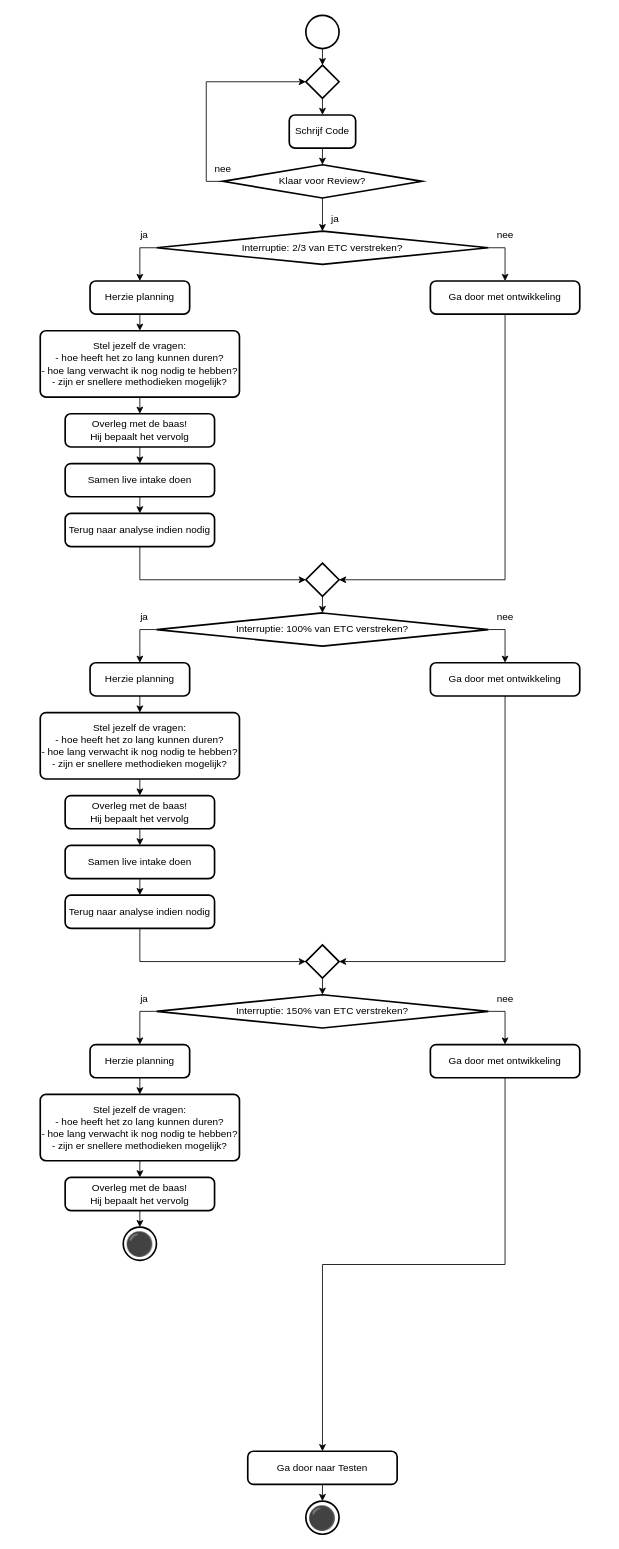
Zaibatsu89/IssueTracker keeps this draw.io diagram as 4 Issue Tracker implementatie.drawio. Above is the earlier version. Source tidied: cells renumbered, new cells numbered last; positions are measured from the earlier drawing's top-left corner, leaving out a move shared by most shapes. Both pictures are drawn from the tidied source at 83%, with x=0, y=0 at pixel (40, 15).
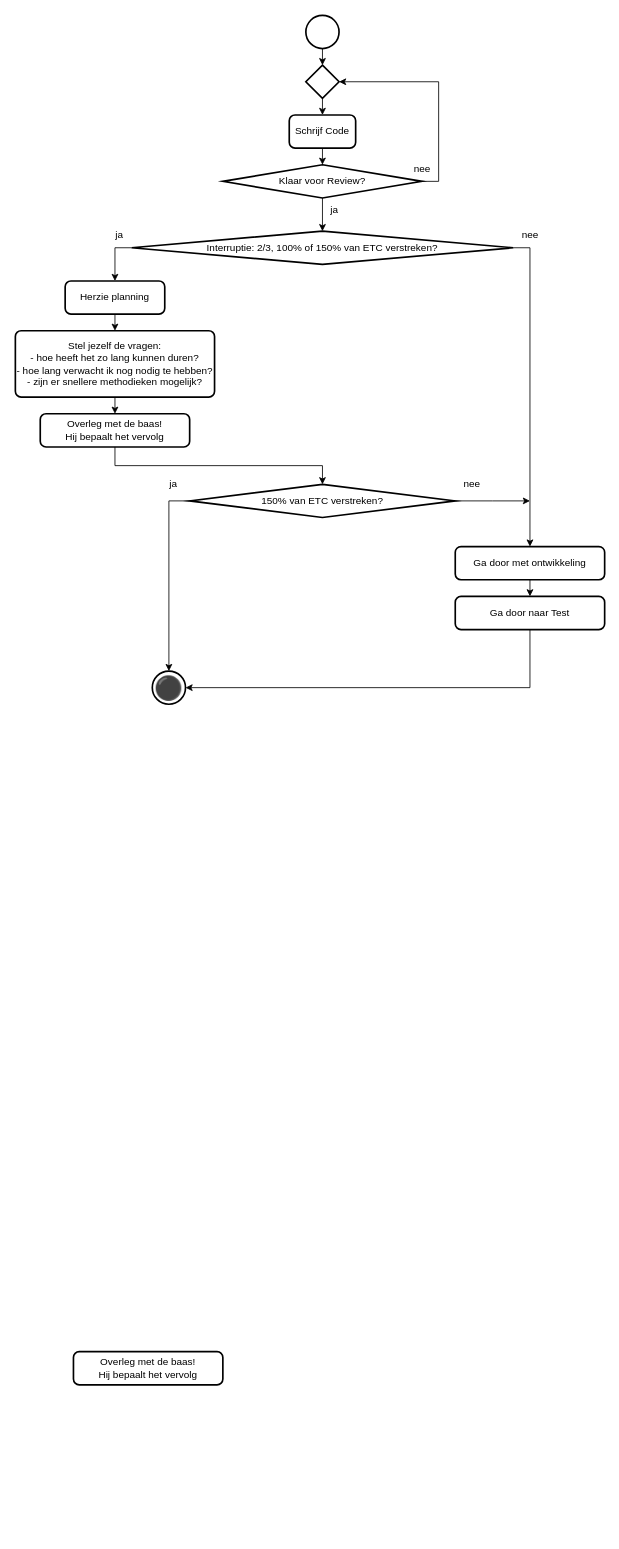
Above is the later version.

The change refers to these unchanged cells:
```xml
<mxCell id="4" style="strokeWidth=2;html=1;shape=mxgraph.flowchart.decision;whiteSpace=wrap;" parent="1" vertex="1">
  <mxGeometry x="320" y="60" width="40" height="40" as="geometry" />
</mxCell>
<mxCell id="7" value="Klaar voor Review?" style="strokeWidth=2;html=1;shape=mxgraph.flowchart.decision;whiteSpace=wrap;" parent="1" vertex="1">
  <mxGeometry x="220" y="180" width="240" height="40" as="geometry" />
</mxCell>
```

The edit, as a diff of the source:
```diff
@@
-    <mxCell id="9" style="edgeStyle=orthogonalEdgeStyle;rounded=0;jettySize=auto;html=1;exitX=0;exitY=0.5;exitDx=0;exitDy=0;exitPerimeter=0;entryX=0;entryY=0.5;entryDx=0;entryDy=0;entryPerimeter=0;" parent="1" edge="1" source="7" target="4">
-      <mxGeometry relative="1" as="geometry" />
-    </mxCell>
     <mxCell id="10" value="nee" style="text;html=1;align=center;verticalAlign=middle;strokeColor=none;fillColor=none;" parent="1" vertex="1">
-      <mxGeometry x="200" y="170" width="40" height="30" as="geometry" />
+      <mxGeometry x="440" y="170" width="40" height="30" as="geometry" />
     </mxCell>
@@
-    <mxCell id="13" value="Interruptie: 2/3 van ETC verstreken?" style="strokeWidth=2;html=1;shape=mxgraph.flowchart.decision;whiteSpace=wrap;" parent="1" vertex="1">
-      <mxGeometry x="140" y="260" width="400" height="40" as="geometry" />
+    <mxCell id="13" value="Interruptie: 2/3, 100% of 150% van ETC verstreken?" style="strokeWidth=2;html=1;shape=mxgraph.flowchart.decision;whiteSpace=wrap;" parent="1" vertex="1">
+      <mxGeometry x="110" y="260" width="460" height="40" as="geometry" />
     </mxCell>
@@
     <mxCell id="15" value="ja" style="text;html=1;align=center;verticalAlign=middle;strokeColor=none;fillColor=none;" parent="1" vertex="1">
-      <mxGeometry x="340" y="230" width="30" height="30" as="geometry" />
+      <mxGeometry x="339" y="220" width="30" height="30" as="geometry" />
     </mxCell>
@@
     <mxCell id="17" value="Herzie planning" style="rounded=1;whiteSpace=wrap;html=1;absoluteArcSize=1;arcSize=14;strokeWidth=2;" parent="1" vertex="1">
-      <mxGeometry x="60" y="320" width="120" height="40" as="geometry" />
+      <mxGeometry x="30" y="320" width="120" height="40" as="geometry" />
     </mxCell>
     <mxCell id="18" value="ja" style="text;html=1;align=center;verticalAlign=middle;strokeColor=none;fillColor=none;" parent="1" vertex="1">
-      <mxGeometry x="110" y="250" width="30" height="30" as="geometry" />
+      <mxGeometry x="80" y="250" width="30" height="30" as="geometry" />
     </mxCell>
-    <mxCell id="19" value="Terug naar analyse indien nodig" style="rounded=1;whiteSpace=wrap;html=1;absoluteArcSize=1;arcSize=14;strokeWidth=2;" parent="1" vertex="1">
-      <mxGeometry x="30" y="600" width="180" height="40" as="geometry" />
-    </mxCell>
+    <mxCell id="68" style="edgeStyle=orthogonalEdgeStyle;rounded=0;jettySize=auto;html=1;exitX=0.5;exitY=1;exitDx=0;exitDy=0;entryX=0.5;entryY=0;entryDx=0;entryDy=0;" parent="1" edge="1" source="20" target="25">
+      <mxGeometry relative="1" as="geometry" />
+    </mxCell>
     <mxCell id="20" value="Ga door met ontwikkeling" style="rounded=1;whiteSpace=wrap;html=1;absoluteArcSize=1;arcSize=14;strokeWidth=2;" parent="1" vertex="1">
-      <mxGeometry x="470" y="320" width="180" height="40" as="geometry" />
+      <mxGeometry x="500" y="640" width="180" height="40" as="geometry" />
     </mxCell>
     <mxCell id="21" value="nee" style="text;html=1;align=center;verticalAlign=middle;strokeColor=none;fillColor=none;" parent="1" vertex="1">
-      <mxGeometry x="540" y="250" width="40" height="30" as="geometry" />
+      <mxGeometry x="570" y="250" width="40" height="30" as="geometry" />
     </mxCell>
-    <mxCell id="22" style="strokeWidth=2;html=1;shape=mxgraph.flowchart.decision;whiteSpace=wrap;" parent="1" vertex="1">
-      <mxGeometry x="320" y="660" width="40" height="40" as="geometry" />
-    </mxCell>
-    <mxCell id="23" style="edgeStyle=orthogonalEdgeStyle;rounded=0;jettySize=auto;html=1;exitX=0.5;exitY=1;exitDx=0;exitDy=0;entryX=0;entryY=0.5;entryDx=0;entryDy=0;entryPerimeter=0;" parent="1" edge="1" source="19" target="22">
-      <mxGeometry relative="1" as="geometry" />
-    </mxCell>
-    <mxCell id="24" style="edgeStyle=orthogonalEdgeStyle;rounded=0;jettySize=auto;html=1;exitX=0.5;exitY=1;exitDx=0;exitDy=0;entryX=1;entryY=0.5;entryDx=0;entryDy=0;entryPerimeter=0;" parent="1" edge="1" source="20" target="22">
-      <mxGeometry relative="1" as="geometry" />
-    </mxCell>
-    <mxCell id="25" value="Ga door naar Testen" style="rounded=1;whiteSpace=wrap;html=1;absoluteArcSize=1;arcSize=14;strokeWidth=2;" parent="1" vertex="1">
-      <mxGeometry x="250" y="1730" width="180" height="40" as="geometry" />
+    <mxCell id="25" value="Ga door naar Test" style="rounded=1;whiteSpace=wrap;html=1;absoluteArcSize=1;arcSize=14;strokeWidth=2;" parent="1" vertex="1">
+      <mxGeometry x="500" y="700" width="180" height="40" as="geometry" />
     </mxCell>
     <mxCell id="26" value="⚫" style="strokeWidth=2;html=1;shape=mxgraph.flowchart.start_2;whiteSpace=wrap;fontSize=28;" parent="1" vertex="1">
-      <mxGeometry x="320" y="1790" width="40" height="40" as="geometry" />
+      <mxGeometry x="135" y="790" width="40" height="40" as="geometry" />
     </mxCell>
-    <mxCell id="27" style="edgeStyle=orthogonalEdgeStyle;rounded=0;jettySize=auto;html=1;exitX=0.5;exitY=1;exitDx=0;exitDy=0;entryX=0.5;entryY=0;entryDx=0;entryDy=0;entryPerimeter=0;" parent="1" edge="1" source="25" target="26">
-      <mxGeometry relative="1" as="geometry" />
-    </mxCell>
@@
     <mxCell id="29" value="Stel jezelf de vragen:&lt;div&gt;- hoe heeft het zo lang kunnen duren?&lt;/div&gt;&lt;div&gt;- hoe lang verwacht ik nog nodig te hebben?&lt;/div&gt;&lt;div&gt;- zijn er snellere methodieken mogelijk?&lt;/div&gt;" style="rounded=1;whiteSpace=wrap;html=1;absoluteArcSize=1;arcSize=14;strokeWidth=2;" parent="1" vertex="1">
-      <mxGeometry y="380" width="240" height="80" as="geometry" />
+      <mxGeometry x="-30" y="380" width="240" height="80" as="geometry" />
     </mxCell>
-    <mxCell id="30" style="edgeStyle=orthogonalEdgeStyle;rounded=0;jettySize=auto;html=1;exitX=0.5;exitY=1;exitDx=0;exitDy=0;entryX=0.5;entryY=0;entryDx=0;entryDy=0;" parent="1" edge="1" source="31" target="33">
-      <mxGeometry relative="1" as="geometry" />
-    </mxCell>
     <mxCell id="31" value="Overleg met de baas!&lt;br&gt;Hij bepaalt het vervolg" style="rounded=1;whiteSpace=wrap;html=1;absoluteArcSize=1;arcSize=14;strokeWidth=2;" parent="1" vertex="1">
-      <mxGeometry x="30" y="480" width="180" height="40" as="geometry" />
+      <mxGeometry y="480" width="180" height="40" as="geometry" />
     </mxCell>
-    <mxCell id="32" style="edgeStyle=orthogonalEdgeStyle;rounded=0;jettySize=auto;html=1;exitX=0.5;exitY=1;exitDx=0;exitDy=0;entryX=0.5;entryY=0;entryDx=0;entryDy=0;" parent="1" edge="1" source="33" target="19">
-      <mxGeometry relative="1" as="geometry" />
-    </mxCell>
-    <mxCell id="33" value="Samen live intake doen" style="rounded=1;whiteSpace=wrap;html=1;absoluteArcSize=1;arcSize=14;strokeWidth=2;" parent="1" vertex="1">
-      <mxGeometry x="30" y="540" width="180" height="40" as="geometry" />
-    </mxCell>
-    <mxCell id="34" style="edgeStyle=orthogonalEdgeStyle;rounded=0;jettySize=auto;html=1;exitX=0;exitY=0.5;exitDx=0;exitDy=0;exitPerimeter=0;entryX=0.5;entryY=0;entryDx=0;entryDy=0;" parent="1" edge="1" source="36" target="38">
-      <mxGeometry relative="1" as="geometry" />
-    </mxCell>
-    <mxCell id="35" style="edgeStyle=orthogonalEdgeStyle;rounded=0;jettySize=auto;html=1;exitX=1;exitY=0.5;exitDx=0;exitDy=0;exitPerimeter=0;entryX=0.5;entryY=0;entryDx=0;entryDy=0;" parent="1" edge="1" source="36" target="49">
-      <mxGeometry relative="1" as="geometry" />
-    </mxCell>
-    <mxCell id="36" value="Interruptie: 100% van ETC verstreken?" style="strokeWidth=2;html=1;shape=mxgraph.flowchart.decision;whiteSpace=wrap;" parent="1" vertex="1">
-      <mxGeometry x="140" y="720" width="400" height="40" as="geometry" />
-    </mxCell>
-    <mxCell id="37" style="edgeStyle=orthogonalEdgeStyle;rounded=0;jettySize=auto;html=1;exitX=0.5;exitY=1;exitDx=0;exitDy=0;entryX=0.5;entryY=0;entryDx=0;entryDy=0;" parent="1" edge="1" source="38">
-      <mxGeometry relative="1" as="geometry">
-        <mxPoint x="120" y="840" as="targetPoint" />
-      </mxGeometry>
-    </mxCell>
-    <mxCell id="38" value="Herzie planning" style="rounded=1;whiteSpace=wrap;html=1;absoluteArcSize=1;arcSize=14;strokeWidth=2;" parent="1" vertex="1">
-      <mxGeometry x="60" y="780" width="120" height="40" as="geometry" />
-    </mxCell>
-    <mxCell id="39" value="Terug naar analyse indien nodig" style="rounded=1;whiteSpace=wrap;html=1;absoluteArcSize=1;arcSize=14;strokeWidth=2;" parent="1" vertex="1">
-      <mxGeometry x="30" y="1060" width="180" height="40" as="geometry" />
-    </mxCell>
-    <mxCell id="40" style="strokeWidth=2;html=1;shape=mxgraph.flowchart.decision;whiteSpace=wrap;" parent="1" vertex="1">
-      <mxGeometry x="320" y="1120" width="40" height="40" as="geometry" />
-    </mxCell>
-    <mxCell id="41" style="edgeStyle=orthogonalEdgeStyle;rounded=0;jettySize=auto;html=1;exitX=0.5;exitY=1;exitDx=0;exitDy=0;entryX=0;entryY=0.5;entryDx=0;entryDy=0;entryPerimeter=0;" parent="1" edge="1" source="39" target="40">
-      <mxGeometry relative="1" as="geometry" />
-    </mxCell>
-    <mxCell id="42" style="edgeStyle=orthogonalEdgeStyle;rounded=0;jettySize=auto;html=1;exitX=0.5;exitY=1;exitDx=0;exitDy=0;entryX=0.5;entryY=0;entryDx=0;entryDy=0;" parent="1" edge="1" target="44">
-      <mxGeometry relative="1" as="geometry">
-        <mxPoint x="120" y="920" as="sourcePoint" />
-      </mxGeometry>
-    </mxCell>
-    <mxCell id="43" style="edgeStyle=orthogonalEdgeStyle;rounded=0;jettySize=auto;html=1;exitX=0.5;exitY=1;exitDx=0;exitDy=0;entryX=0.5;entryY=0;entryDx=0;entryDy=0;" parent="1" edge="1" source="44" target="46">
-      <mxGeometry relative="1" as="geometry" />
-    </mxCell>
-    <mxCell id="44" value="Overleg met de baas!&lt;br&gt;Hij bepaalt het vervolg" style="rounded=1;whiteSpace=wrap;html=1;absoluteArcSize=1;arcSize=14;strokeWidth=2;" parent="1" vertex="1">
-      <mxGeometry x="30" y="940" width="180" height="40" as="geometry" />
-    </mxCell>
-    <mxCell id="45" style="edgeStyle=orthogonalEdgeStyle;rounded=0;jettySize=auto;html=1;exitX=0.5;exitY=1;exitDx=0;exitDy=0;entryX=0.5;entryY=0;entryDx=0;entryDy=0;" parent="1" edge="1" source="46" target="39">
-      <mxGeometry relative="1" as="geometry" />
-    </mxCell>
-    <mxCell id="46" value="Samen live intake doen" style="rounded=1;whiteSpace=wrap;html=1;absoluteArcSize=1;arcSize=14;strokeWidth=2;" parent="1" vertex="1">
-      <mxGeometry x="30" y="1000" width="180" height="40" as="geometry" />
-    </mxCell>
-    <mxCell id="47" style="edgeStyle=orthogonalEdgeStyle;rounded=0;jettySize=auto;html=1;exitX=0.5;exitY=1;exitDx=0;exitDy=0;exitPerimeter=0;entryX=0.5;entryY=0;entryDx=0;entryDy=0;entryPerimeter=0;" parent="1" edge="1" source="22" target="36">
-      <mxGeometry relative="1" as="geometry" />
-    </mxCell>
-    <mxCell id="48" value="Stel jezelf de vragen:&lt;div&gt;- hoe heeft het zo lang kunnen duren?&lt;/div&gt;&lt;div&gt;- hoe lang verwacht ik nog nodig te hebben?&lt;/div&gt;&lt;div&gt;- zijn er snellere methodieken mogelijk?&lt;/div&gt;" style="rounded=1;whiteSpace=wrap;html=1;absoluteArcSize=1;arcSize=14;strokeWidth=2;" parent="1" vertex="1">
-      <mxGeometry y="840" width="240" height="80" as="geometry" />
-    </mxCell>
-    <mxCell id="49" value="Ga door met ontwikkeling" style="rounded=1;whiteSpace=wrap;html=1;absoluteArcSize=1;arcSize=14;strokeWidth=2;" parent="1" vertex="1">
-      <mxGeometry x="470" y="780" width="180" height="40" as="geometry" />
-    </mxCell>
-    <mxCell id="50" style="edgeStyle=orthogonalEdgeStyle;rounded=0;jettySize=auto;html=1;exitX=0.5;exitY=1;exitDx=0;exitDy=0;entryX=1;entryY=0.5;entryDx=0;entryDy=0;entryPerimeter=0;" parent="1" edge="1" source="49" target="40">
-      <mxGeometry relative="1" as="geometry" />
-    </mxCell>
-    <mxCell id="51" value="ja" style="text;html=1;align=center;verticalAlign=middle;strokeColor=none;fillColor=none;" parent="1" vertex="1">
-      <mxGeometry x="110" y="710" width="30" height="30" as="geometry" />
-    </mxCell>
     <mxCell id="52" value="nee" style="text;html=1;align=center;verticalAlign=middle;strokeColor=none;fillColor=none;" parent="1" vertex="1">
-      <mxGeometry x="540" y="710" width="40" height="30" as="geometry" />
+      <mxGeometry x="500" y="550" width="40" height="30" as="geometry" />
     </mxCell>
-    <mxCell id="53" style="edgeStyle=orthogonalEdgeStyle;rounded=0;jettySize=auto;html=1;exitX=0;exitY=0.5;exitDx=0;exitDy=0;exitPerimeter=0;entryX=0.5;entryY=0;entryDx=0;entryDy=0;" parent="1" edge="1" source="55" target="57">
-      <mxGeometry relative="1" as="geometry" />
-    </mxCell>
-    <mxCell id="54" style="edgeStyle=orthogonalEdgeStyle;rounded=0;jettySize=auto;html=1;exitX=1;exitY=0.5;exitDx=0;exitDy=0;exitPerimeter=0;entryX=0.5;entryY=0;entryDx=0;entryDy=0;" parent="1" edge="1" source="55" target="63">
-      <mxGeometry relative="1" as="geometry" />
-    </mxCell>
+    <mxCell id="69" style="edgeStyle=orthogonalEdgeStyle;rounded=0;jettySize=auto;html=1;exitX=1;exitY=0.5;exitDx=0;exitDy=0;exitPerimeter=0;" parent="1" edge="1" source="55">
+      <mxGeometry relative="1" as="geometry">
+        <mxPoint x="590" y="585" as="targetPoint" />
+      </mxGeometry>
+    </mxCell>
-    <mxCell id="55" value="Interruptie: 150% van ETC verstreken?" style="strokeWidth=2;html=1;shape=mxgraph.flowchart.decision;whiteSpace=wrap;" parent="1" vertex="1">
-      <mxGeometry x="140" y="1180" width="400" height="40" as="geometry" />
+    <mxCell id="55" value="150% van ETC verstreken?" style="strokeWidth=2;html=1;shape=mxgraph.flowchart.decision;whiteSpace=wrap;" parent="1" vertex="1">
+      <mxGeometry x="180" y="565" width="320" height="40" as="geometry" />
     </mxCell>
-    <mxCell id="56" style="edgeStyle=orthogonalEdgeStyle;rounded=0;jettySize=auto;html=1;exitX=0.5;exitY=1;exitDx=0;exitDy=0;entryX=0.5;entryY=0;entryDx=0;entryDy=0;" parent="1" edge="1" source="57">
-      <mxGeometry relative="1" as="geometry">
-        <mxPoint x="120" y="1300" as="targetPoint" />
-      </mxGeometry>
-    </mxCell>
-    <mxCell id="57" value="Herzie planning" style="rounded=1;whiteSpace=wrap;html=1;absoluteArcSize=1;arcSize=14;strokeWidth=2;" parent="1" vertex="1">
-      <mxGeometry x="60" y="1240" width="120" height="40" as="geometry" />
-    </mxCell>
-    <mxCell id="58" style="edgeStyle=orthogonalEdgeStyle;rounded=0;jettySize=auto;html=1;exitX=0.5;exitY=1;exitDx=0;exitDy=0;entryX=0.5;entryY=0;entryDx=0;entryDy=0;" parent="1" edge="1" target="60">
-      <mxGeometry relative="1" as="geometry">
-        <mxPoint x="120" y="1380" as="sourcePoint" />
-      </mxGeometry>
-    </mxCell>
-    <mxCell id="59" style="edgeStyle=orthogonalEdgeStyle;rounded=0;jettySize=auto;html=1;exitX=0.5;exitY=1;exitDx=0;exitDy=0;entryX=0.5;entryY=0;entryDx=0;entryDy=0;" parent="1" edge="1" source="60">
-      <mxGeometry relative="1" as="geometry">
-        <mxPoint x="120" y="1460" as="targetPoint" />
-      </mxGeometry>
-    </mxCell>
     <mxCell id="60" value="Overleg met de baas!&lt;br&gt;Hij bepaalt het vervolg" style="rounded=1;whiteSpace=wrap;html=1;absoluteArcSize=1;arcSize=14;strokeWidth=2;" parent="1" vertex="1">
-      <mxGeometry x="30" y="1400" width="180" height="40" as="geometry" />
+      <mxGeometry x="40" y="1610" width="180" height="40" as="geometry" />
     </mxCell>
-    <mxCell id="61" value="Stel jezelf de vragen:&lt;div&gt;- hoe heeft het zo lang kunnen duren?&lt;/div&gt;&lt;div&gt;- hoe lang verwacht ik nog nodig te hebben?&lt;/div&gt;&lt;div&gt;- zijn er snellere methodieken mogelijk?&lt;/div&gt;" style="rounded=1;whiteSpace=wrap;html=1;absoluteArcSize=1;arcSize=14;strokeWidth=2;" parent="1" vertex="1">
-      <mxGeometry y="1300" width="240" height="80" as="geometry" />
-    </mxCell>
-    <mxCell id="62" style="edgeStyle=orthogonalEdgeStyle;rounded=0;jettySize=auto;html=1;exitX=0.5;exitY=1;exitDx=0;exitDy=0;entryX=0.5;entryY=0;entryDx=0;entryDy=0;" parent="1" edge="1" source="63" target="25">
-      <mxGeometry relative="1" as="geometry" />
-    </mxCell>
-    <mxCell id="63" value="Ga door met ontwikkeling" style="rounded=1;whiteSpace=wrap;html=1;absoluteArcSize=1;arcSize=14;strokeWidth=2;" parent="1" vertex="1">
-      <mxGeometry x="470" y="1240" width="180" height="40" as="geometry" />
-    </mxCell>
     <mxCell id="64" value="ja" style="text;html=1;align=center;verticalAlign=middle;strokeColor=none;fillColor=none;" parent="1" vertex="1">
-      <mxGeometry x="110" y="1170" width="30" height="30" as="geometry" />
+      <mxGeometry x="145" y="550" width="30" height="30" as="geometry" />
     </mxCell>
-    <mxCell id="65" value="nee" style="text;html=1;align=center;verticalAlign=middle;strokeColor=none;fillColor=none;" parent="1" vertex="1">
-      <mxGeometry x="540" y="1170" width="40" height="30" as="geometry" />
-    </mxCell>
-    <mxCell id="66" value="⚫" style="strokeWidth=2;html=1;shape=mxgraph.flowchart.start_2;whiteSpace=wrap;fontSize=28;" parent="1" vertex="1">
-      <mxGeometry x="100" y="1460" width="40" height="40" as="geometry" />
-    </mxCell>
-    <mxCell id="67" style="edgeStyle=orthogonalEdgeStyle;rounded=0;jettySize=auto;html=1;exitX=0.5;exitY=1;exitDx=0;exitDy=0;exitPerimeter=0;entryX=0.5;entryY=0;entryDx=0;entryDy=0;entryPerimeter=0;" parent="1" edge="1" source="40" target="55">
-      <mxGeometry relative="1" as="geometry" />
-    </mxCell>
+    <mxCell id="70" style="edgeStyle=orthogonalEdgeStyle;rounded=0;jettySize=auto;html=1;exitX=0.5;exitY=1;exitDx=0;exitDy=0;entryX=0.5;entryY=0;entryDx=0;entryDy=0;entryPerimeter=0;" parent="1" edge="1" source="31" target="55">
+      <mxGeometry relative="1" as="geometry" />
+    </mxCell>
+    <mxCell id="71" style="edgeStyle=orthogonalEdgeStyle;rounded=0;jettySize=auto;html=1;exitX=0;exitY=0.5;exitDx=0;exitDy=0;exitPerimeter=0;entryX=0.5;entryY=0;entryDx=0;entryDy=0;entryPerimeter=0;" parent="1" edge="1" source="55" target="26">
+      <mxGeometry relative="1" as="geometry" />
+    </mxCell>
+    <mxCell id="27" style="edgeStyle=orthogonalEdgeStyle;rounded=0;jettySize=auto;html=1;exitX=0.5;exitY=1;exitDx=0;exitDy=0;entryX=1;entryY=0.5;entryDx=0;entryDy=0;entryPerimeter=0;" parent="1" edge="1" source="25" target="26">
+      <mxGeometry relative="1" as="geometry" />
+    </mxCell>
+    <mxCell id="9" style="edgeStyle=orthogonalEdgeStyle;rounded=0;jettySize=auto;html=1;exitX=1;exitY=0.5;exitDx=0;exitDy=0;exitPerimeter=0;entryX=1;entryY=0.5;entryDx=0;entryDy=0;entryPerimeter=0;" parent="1" edge="1" source="7" target="4">
+      <mxGeometry relative="1" as="geometry" />
+    </mxCell>
```
